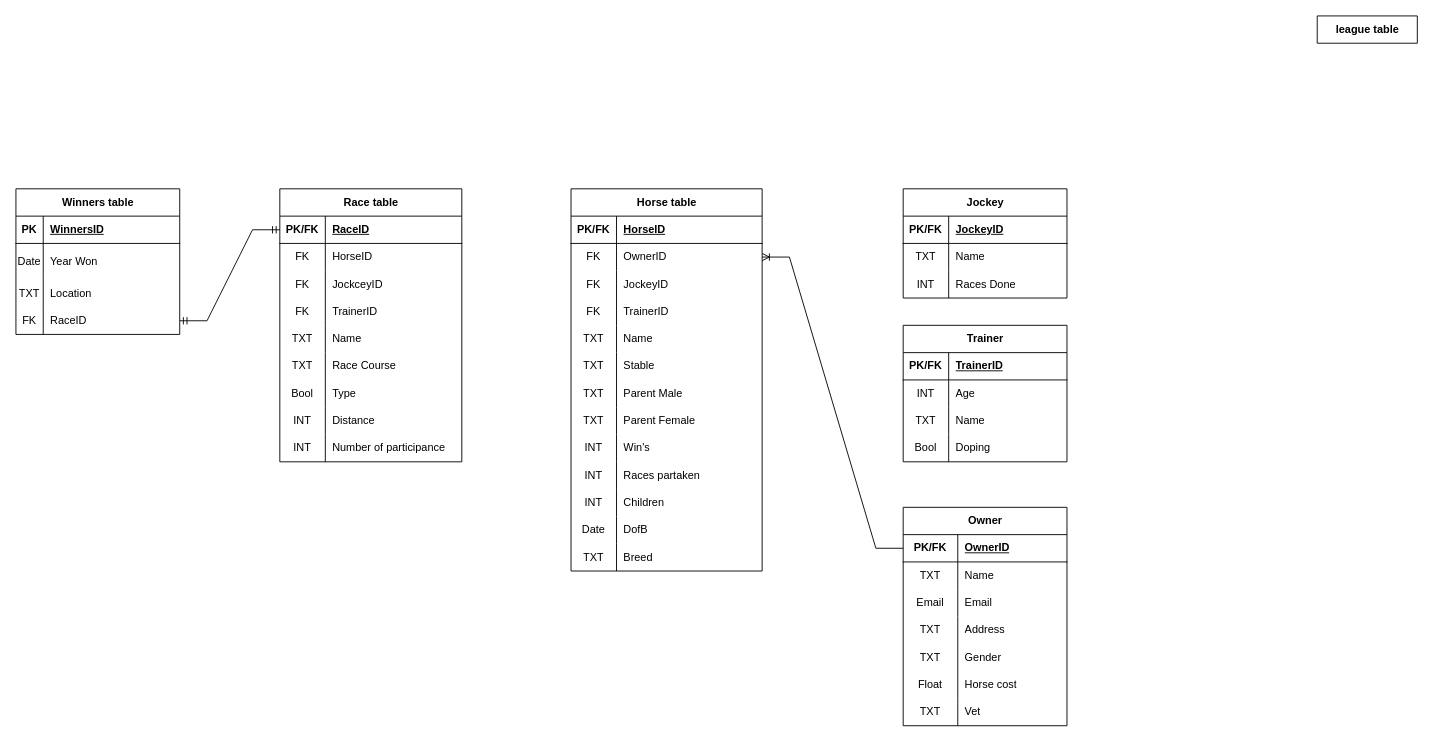
MRVN11/Database-ER-diagram keeps this draw.io diagram as Untitled Diagram.drawio. Above is the earlier version. Source tidied: cells renumbered, new cells numbered last; positions are measured from the earlier drawing's top-left corner, leaving out a move shared by most shapes. Both pictures are drawn from the tidied source at 91%, with x=0, y=0 at pixel (15, 15).
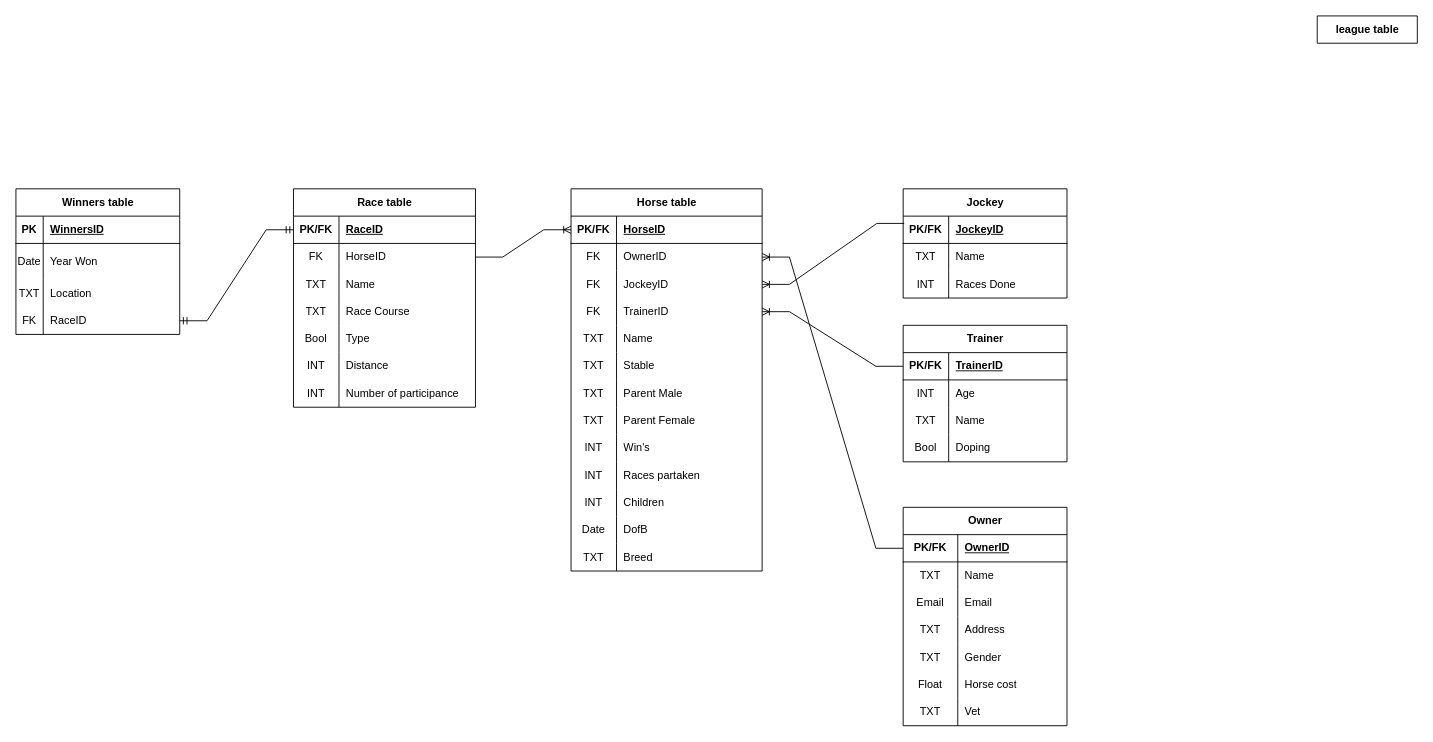
The same diagram, later.

Unchanged cells that the change refers to:
```xml
<mxCell id="3" style="shape=tableRow;horizontal=0;startSize=0;swimlaneHead=0;swimlaneBody=0;fillColor=none;points=[[0,0.5],[1,0.5]];portConstraint=eastwest;top=0;left=0;right=0;bottom=1;" parent="2" vertex="1">
  <mxGeometry y="30" width="210" height="30" as="geometry" />
</mxCell>
<mxCell id="9" style="shape=tableRow;horizontal=0;startSize=0;swimlaneHead=0;swimlaneBody=0;fillColor=none;points=[[0,0.5],[1,0.5]];portConstraint=eastwest;top=0;left=0;right=0;bottom=0;" parent="2" vertex="1">
  <mxGeometry y="90" width="210" height="30" as="geometry" />
</mxCell>
<mxCell id="12" style="shape=tableRow;horizontal=0;startSize=0;swimlaneHead=0;swimlaneBody=0;fillColor=none;points=[[0,0.5],[1,0.5]];portConstraint=eastwest;top=0;left=0;right=0;bottom=0;" parent="2" vertex="1">
  <mxGeometry y="120" width="210" height="30" as="geometry" />
</mxCell>
<mxCell id="43" style="shape=tableRow;horizontal=0;startSize=0;swimlaneHead=0;swimlaneBody=0;fillColor=none;points=[[0,0.5],[1,0.5]];portConstraint=eastwest;top=0;left=0;right=0;bottom=1;" parent="42" vertex="1">
  <mxGeometry y="30" width="180" height="30" as="geometry" />
</mxCell>
<mxCell id="76" style="shape=tableRow;horizontal=0;startSize=0;swimlaneHead=0;swimlaneBody=0;fillColor=none;points=[[0,0.5],[1,0.5]];portConstraint=eastwest;top=0;left=0;right=0;bottom=1;" parent="75" vertex="1">
  <mxGeometry y="30" width="180" height="30" as="geometry" />
</mxCell>
<mxCell id="105" style="shape=tableRow;horizontal=0;startSize=0;swimlaneHead=0;swimlaneBody=0;fillColor=none;points=[[0,0.5],[1,0.5]];portConstraint=eastwest;top=0;left=0;right=0;bottom=0;" parent="101" vertex="1">
  <mxGeometry y="60" width="200" height="30" as="geometry" />
</mxCell>
```

What changed in the source:
```diff
@@
     <mxCell id="101" value="Race table" style="shape=table;startSize=30;childLayout=tableLayout;rowLines=0;fontStyle=1;align=center;html=1;" parent="1" vertex="1">
-      <mxGeometry x="290" y="190" width="200" height="300" as="geometry" />
+      <mxGeometry x="305" y="190" width="200" height="240" as="geometry" />
     </mxCell>
@@
-    <mxCell id="108" style="shape=tableRow;horizontal=0;startSize=0;swimlaneHead=0;swimlaneBody=0;fillColor=none;top=0;left=0;right=0;bottom=0;" parent="101" vertex="1">
-      <mxGeometry y="90" width="200" height="30" as="geometry" />
-    </mxCell>
-    <mxCell id="109" value="FK" style="shape=partialRectangle;fillColor=none;top=0;left=0;bottom=0;right=0;overflow=hidden;whiteSpace=wrap;html=1;" parent="108" vertex="1">
-      <mxGeometry width="50" height="30" as="geometry" />
-    </mxCell>
-    <mxCell id="110" value="JockceyID" style="shape=partialRectangle;fillColor=none;top=0;left=0;bottom=0;right=0;align=left;spacingLeft=6;overflow=hidden;whiteSpace=wrap;html=1;" parent="108" vertex="1">
-      <mxGeometry x="50" width="150" height="30" as="geometry" />
-    </mxCell>
-    <mxCell id="111" style="shape=tableRow;horizontal=0;startSize=0;swimlaneHead=0;swimlaneBody=0;fillColor=none;top=0;left=0;right=0;bottom=0;" parent="101" vertex="1">
-      <mxGeometry y="120" width="200" height="30" as="geometry" />
-    </mxCell>
-    <mxCell id="112" value="FK" style="shape=partialRectangle;fillColor=none;top=0;left=0;bottom=0;right=0;overflow=hidden;whiteSpace=wrap;html=1;" parent="111" vertex="1">
-      <mxGeometry width="50" height="30" as="geometry" />
-    </mxCell>
-    <mxCell id="113" value="TrainerID" style="shape=partialRectangle;fillColor=none;top=0;left=0;bottom=0;right=0;align=left;spacingLeft=6;overflow=hidden;whiteSpace=wrap;html=1;" parent="111" vertex="1">
-      <mxGeometry x="50" width="150" height="30" as="geometry" />
-    </mxCell>
     <mxCell id="114" style="shape=tableRow;horizontal=0;startSize=0;swimlaneHead=0;swimlaneBody=0;fillColor=none;top=0;left=0;right=0;bottom=0;" parent="101" vertex="1">
-      <mxGeometry y="150" width="200" height="30" as="geometry" />
+      <mxGeometry y="90" width="200" height="30" as="geometry" />
     </mxCell>
@@
     <mxCell id="117" style="shape=tableRow;horizontal=0;startSize=0;swimlaneHead=0;swimlaneBody=0;fillColor=none;top=0;left=0;right=0;bottom=0;" parent="101" vertex="1">
-      <mxGeometry y="180" width="200" height="30" as="geometry" />
+      <mxGeometry y="120" width="200" height="30" as="geometry" />
     </mxCell>
@@
     <mxCell id="120" style="shape=tableRow;horizontal=0;startSize=0;swimlaneHead=0;swimlaneBody=0;fillColor=none;top=0;left=0;right=0;bottom=0;" parent="101" vertex="1">
-      <mxGeometry y="210" width="200" height="30" as="geometry" />
+      <mxGeometry y="150" width="200" height="30" as="geometry" />
     </mxCell>
@@
     <mxCell id="123" style="shape=tableRow;horizontal=0;startSize=0;swimlaneHead=0;swimlaneBody=0;fillColor=none;top=0;left=0;right=0;bottom=0;" parent="101" vertex="1">
-      <mxGeometry y="240" width="200" height="30" as="geometry" />
+      <mxGeometry y="180" width="200" height="30" as="geometry" />
     </mxCell>
@@
     <mxCell id="126" style="shape=tableRow;horizontal=0;startSize=0;swimlaneHead=0;swimlaneBody=0;fillColor=none;top=0;left=0;right=0;bottom=0;" parent="101" vertex="1">
-      <mxGeometry y="270" width="200" height="30" as="geometry" />
+      <mxGeometry y="210" width="200" height="30" as="geometry" />
     </mxCell>
@@
+    <mxCell id="131" style="edgeStyle=entityRelationEdgeStyle;fontSize=12;html=1;endArrow=ERoneToMany;rounded=0;entryX=1;entryY=0.5;entryDx=0;entryDy=0;exitX=0;exitY=0.5;exitDx=0;exitDy=0;" parent="1" edge="1" source="76" target="12">
+      <mxGeometry relative="1" as="geometry" />
+    </mxCell>
+    <mxCell id="132" style="edgeStyle=entityRelationEdgeStyle;fontSize=12;html=1;endArrow=ERoneToMany;rounded=0;entryX=0;entryY=0.5;entryDx=0;entryDy=0;exitX=1;exitY=0.5;exitDx=0;exitDy=0;" parent="1" edge="1" source="105" target="3">
+      <mxGeometry relative="1" as="geometry">
+        <Array as="points">
+          <mxPoint x="-60" y="300" />
+          <mxPoint x="420" y="70" />
+        </Array>
+      </mxGeometry>
+    </mxCell>
+    <mxCell id="133" style="edgeStyle=entityRelationEdgeStyle;fontSize=12;html=1;endArrow=ERoneToMany;rounded=0;exitX=0.006;exitY=0.267;exitDx=0;exitDy=0;exitPerimeter=0;entryX=1;entryY=0.5;entryDx=0;entryDy=0;" parent="1" edge="1" source="43" target="9">
+      <mxGeometry relative="1" as="geometry" />
+    </mxCell>
```
